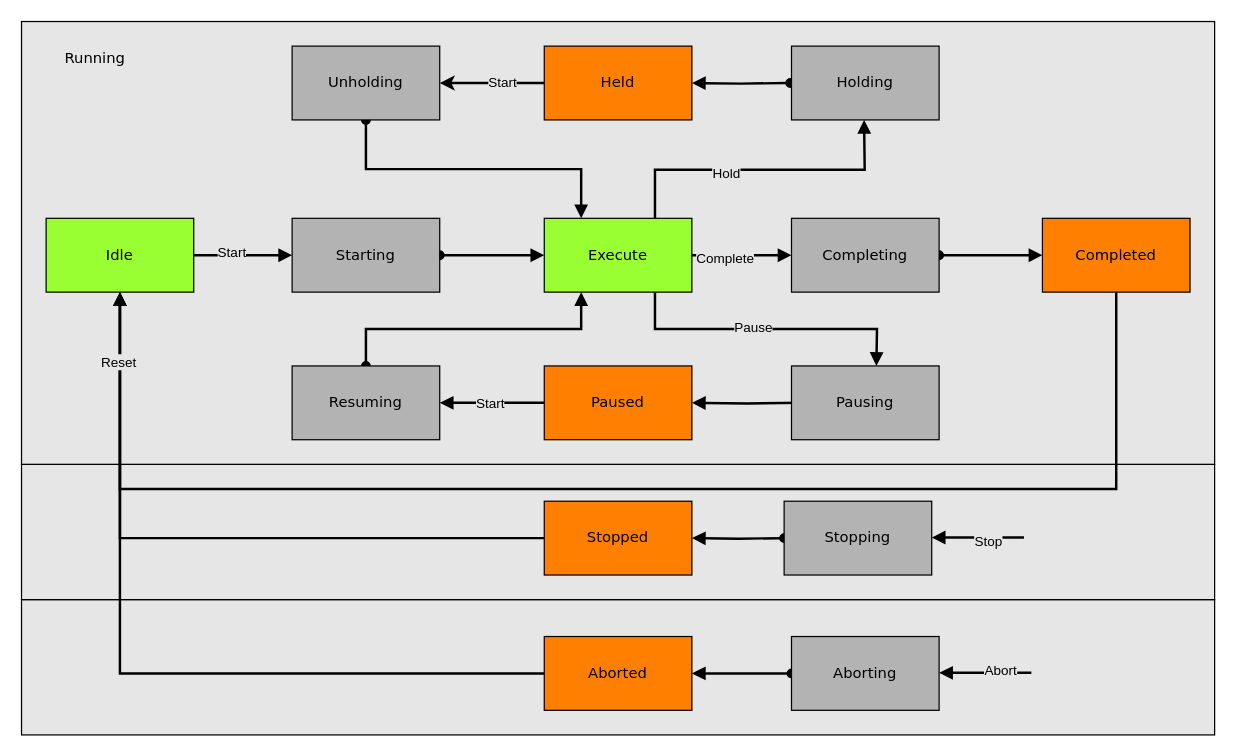
PeterZerlauth/Tc3_Component keeps this draw.io diagram as page "ISA88" (1 of 5) of docs/Diagramms.drawio. Above is the earlier version. Source tidied: cells renumbered, new cells numbered last; positions are measured from the earlier drawing's top-left corner, leaving out a move shared by most shapes. Both pictures are drawn from the tidied source at 123%, with x=0, y=0 at pixel (21, 21).
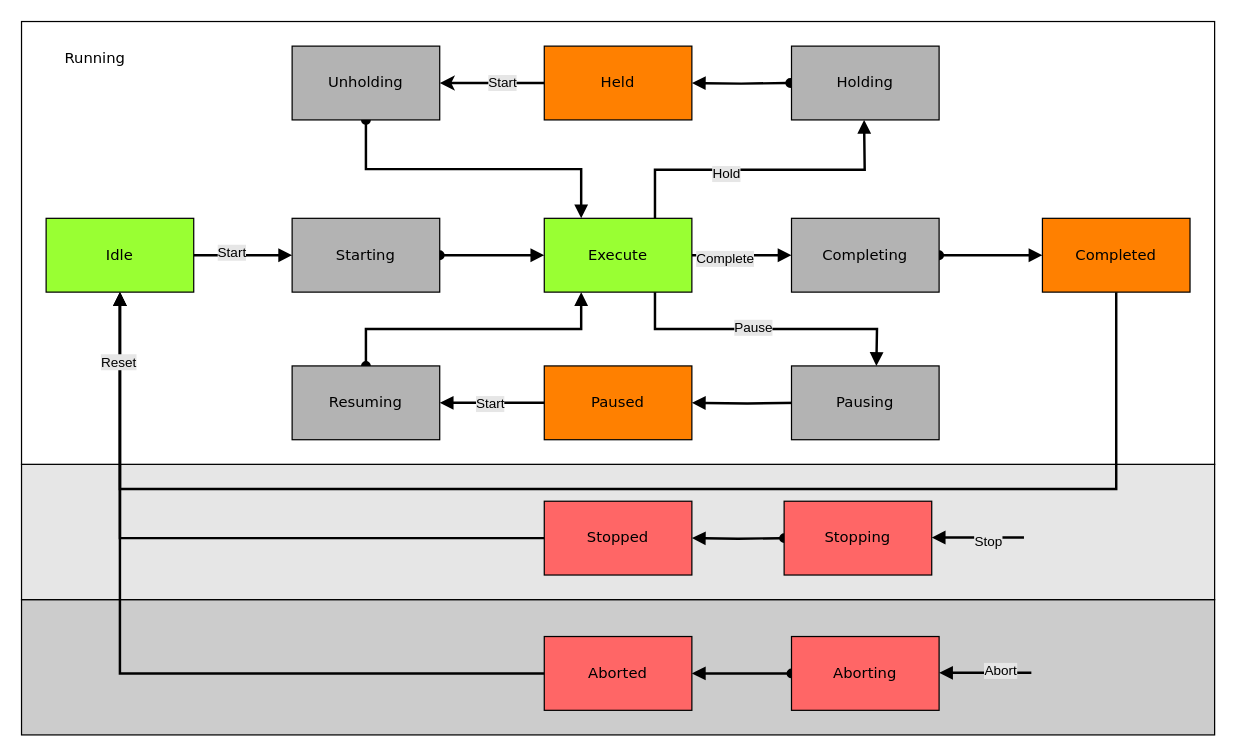
The same page after the edit.

What changed in the source:
```diff
@@
-    <mxCell id="2" style="rounded=0;whiteSpace=wrap;html=1;fontFamily=Helvetica;fontSize=11;fontColor=default;labelBackgroundColor=default;fillColor=#E6E6E6;" parent="1" vertex="1">
+    <mxCell id="2" style="rounded=0;whiteSpace=wrap;html=1;fontFamily=Helvetica;fontSize=11;fontColor=default;labelBackgroundColor=default;fillColor=#CCCCCC;" parent="1" vertex="1">
       <mxGeometry y="470" width="970" height="110" as="geometry" />
     </mxCell>
@@
-    <mxCell id="4" style="rounded=0;whiteSpace=wrap;html=1;fontFamily=Helvetica;fontSize=11;fontColor=default;labelBackgroundColor=default;fillColor=#E6E6E6;" parent="1" vertex="1">
+    <mxCell id="4" style="rounded=0;whiteSpace=wrap;html=1;fontFamily=Helvetica;fontSize=11;fontColor=default;labelBackgroundColor=default;fillColor=#FFFFFF;" parent="1" vertex="1">
       <mxGeometry width="970" height="360" as="geometry" />
     </mxCell>
@@
-    <mxCell id="21" value="Stopped" style="rounded=0;whiteSpace=wrap;html=1;arcSize=24;fillColor=#FF8000;strokeColor=#000000;shadow=0;comic=0;labelBackgroundColor=none;fontFamily=Verdana;fontSize=12;fontColor=#000000;align=center;" parent="1" vertex="1">
+    <mxCell id="21" value="Stopped" style="rounded=0;whiteSpace=wrap;html=1;arcSize=24;fillColor=#FF6666;strokeColor=#000000;shadow=0;comic=0;labelBackgroundColor=none;fontFamily=Verdana;fontSize=12;fontColor=#000000;align=center;" parent="1" vertex="1">
       <mxGeometry x="425" y="390" width="120" height="60" as="geometry" />
     </mxCell>
@@
-    <mxCell id="23" value="Aborted" style="rounded=0;whiteSpace=wrap;html=1;arcSize=24;fillColor=#FF8000;strokeColor=#000000;shadow=0;comic=0;labelBackgroundColor=none;fontFamily=Verdana;fontSize=12;fontColor=#000000;align=center;" parent="1" vertex="1">
+    <mxCell id="23" value="Aborted" style="rounded=0;whiteSpace=wrap;html=1;arcSize=24;fillColor=#FF6666;strokeColor=#000000;shadow=0;comic=0;labelBackgroundColor=none;fontFamily=Verdana;fontSize=12;fontColor=#000000;align=center;" parent="1" vertex="1">
       <mxGeometry x="425" y="500" width="120" height="60" as="geometry" />
     </mxCell>
@@
-    <mxCell id="42" value="Stopping" style="rounded=0;whiteSpace=wrap;html=1;arcSize=24;fillColor=#B3B3B3;strokeColor=#000000;shadow=0;comic=0;labelBackgroundColor=none;fontFamily=Verdana;fontSize=12;fontColor=#000000;align=center;" parent="1" vertex="1">
+    <mxCell id="42" value="Stopping" style="rounded=0;whiteSpace=wrap;html=1;arcSize=24;fillColor=#FF6666;strokeColor=#000000;shadow=0;comic=0;labelBackgroundColor=none;fontFamily=Verdana;fontSize=12;fontColor=#000000;align=center;" parent="1" vertex="1">
       <mxGeometry x="620" y="390" width="120" height="60" as="geometry" />
     </mxCell>
-    <mxCell id="43" value="Aborting" style="rounded=0;whiteSpace=wrap;html=1;arcSize=24;fillColor=#B3B3B3;strokeColor=#000000;shadow=0;comic=0;labelBackgroundColor=none;fontFamily=Verdana;fontSize=12;fontColor=#000000;align=center;" parent="1" vertex="1">
+    <mxCell id="43" value="Aborting" style="rounded=0;whiteSpace=wrap;html=1;arcSize=24;fillColor=#FF6666;strokeColor=#000000;shadow=0;comic=0;labelBackgroundColor=none;fontFamily=Verdana;fontSize=12;fontColor=#000000;align=center;" parent="1" vertex="1">
       <mxGeometry x="626" y="500" width="120" height="60" as="geometry" />
     </mxCell>
```
